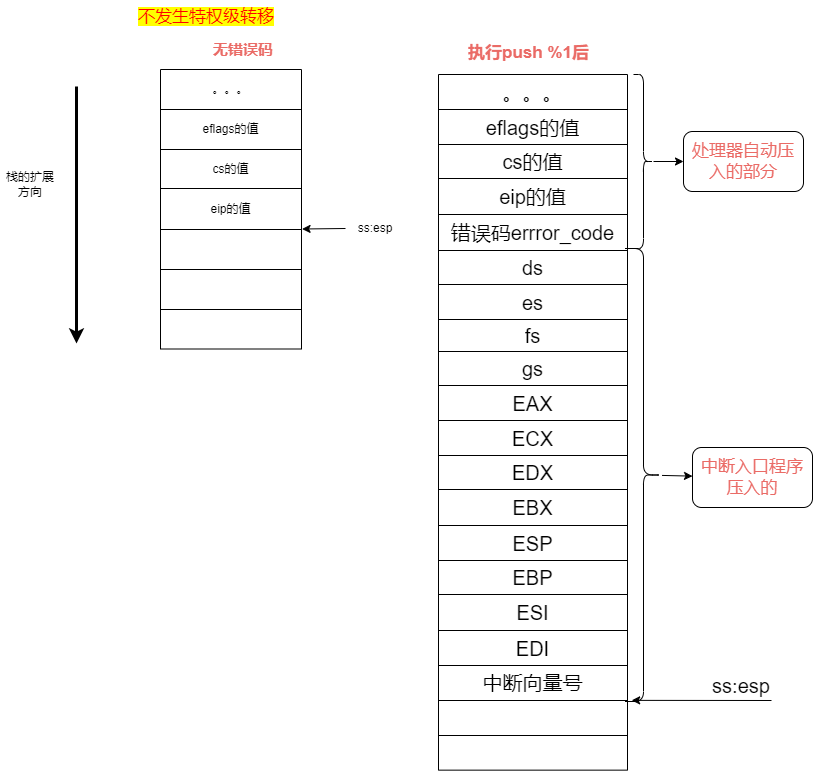
Before: OS/中断压栈.drawio.png, a diagram exported from draw.io (SixPlusAndTimes/drawio). Source tidied: cells renumbered, new cells last; positions are measured from the earlier drawing's top-left corner, leaving out a move shared by most shapes.
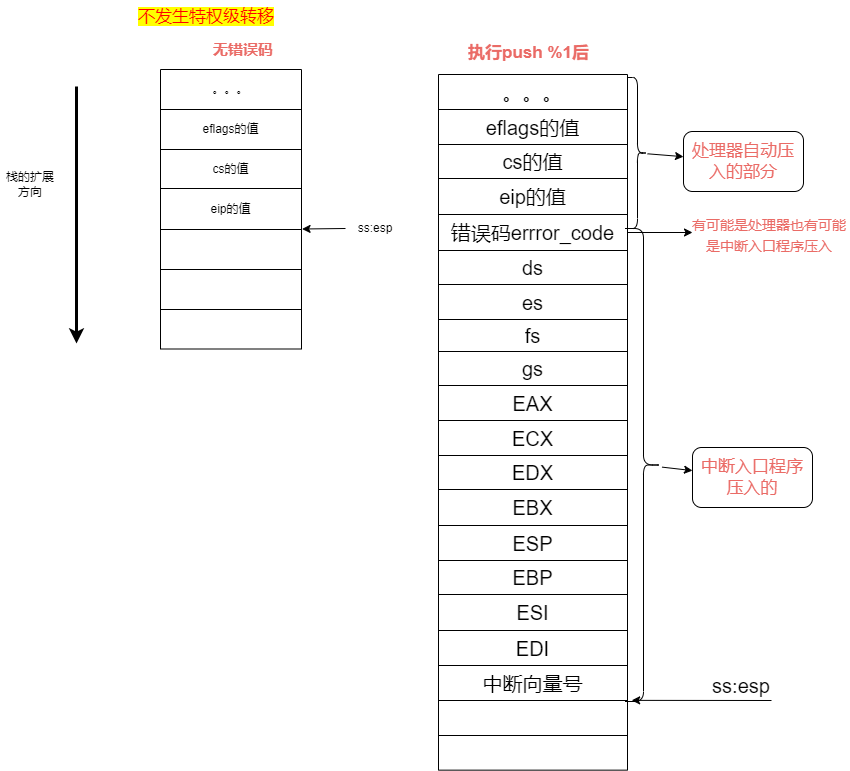
Later version of the same file.

What changed in the source:
```diff
@@ -204,7 +204,7 @@
       <mxGeometry relative="1" as="geometry" />
     </mxCell>
     <mxCell id="68" style="shape=curlyBracket;whiteSpace=wrap;html=1;rounded=1;flipH=1;fontSize=17;fontColor=#EA6B66;size=0.5;" parent="1" vertex="1">
-      <mxGeometry x="633" y="74" width="20" height="174" as="geometry" />
+      <mxGeometry x="627" y="77" width="20" height="151" as="geometry" />
     </mxCell>
     <mxCell id="69" value="处理器自动压入的部分" style="whiteSpace=wrap;html=1;fontSize=17;fontColor=#EA6B66;rounded=1;" parent="1" vertex="1">
       <mxGeometry x="683" y="131" width="120" height="60" as="geometry" />
@@ -213,10 +213,18 @@
       <mxGeometry relative="1" as="geometry" />
     </mxCell>
     <mxCell id="71" style="shape=curlyBracket;whiteSpace=wrap;html=1;rounded=1;flipH=1;fontSize=17;fontColor=#EA6B66;size=0.5;" parent="1" vertex="1">
-      <mxGeometry x="624.5" y="248" width="37" height="453" as="geometry" />
+      <mxGeometry x="624.5" y="228" width="37" height="473" as="geometry" />
     </mxCell>
     <mxCell id="72" value="中断入口程序压入的" style="whiteSpace=wrap;html=1;fontSize=17;fontColor=#EA6B66;rounded=1;" parent="1" vertex="1">
       <mxGeometry x="692" y="447" width="120" height="60" as="geometry" />
     </mxCell>
+    <mxCell id="73" style="edgeStyle=none;rounded=0;jettySize=auto;html=1;exitX=1;exitY=0.5;exitDx=0;exitDy=0;fontSize=17;fontColor=#EA6B66;strokeWidth=1;" parent="1" edge="1" source="32">
+      <mxGeometry relative="1" as="geometry">
+        <mxPoint x="692" y="232" as="targetPoint" />
+      </mxGeometry>
+    </mxCell>
+    <mxCell id="74" value="&lt;font style=&quot;font-size: 14px;&quot;&gt;有可能是处理器也有可能是中断入口程序压入&lt;/font&gt;" style="text;html=1;strokeColor=none;fillColor=none;align=center;verticalAlign=middle;whiteSpace=wrap;rounded=0;fontSize=17;fontColor=#EA6B66;" parent="1" vertex="1">
+      <mxGeometry x="689" y="219" width="160" height="32" as="geometry" />
+    </mxCell>
   </root>
 </mxGraphModel>
```
